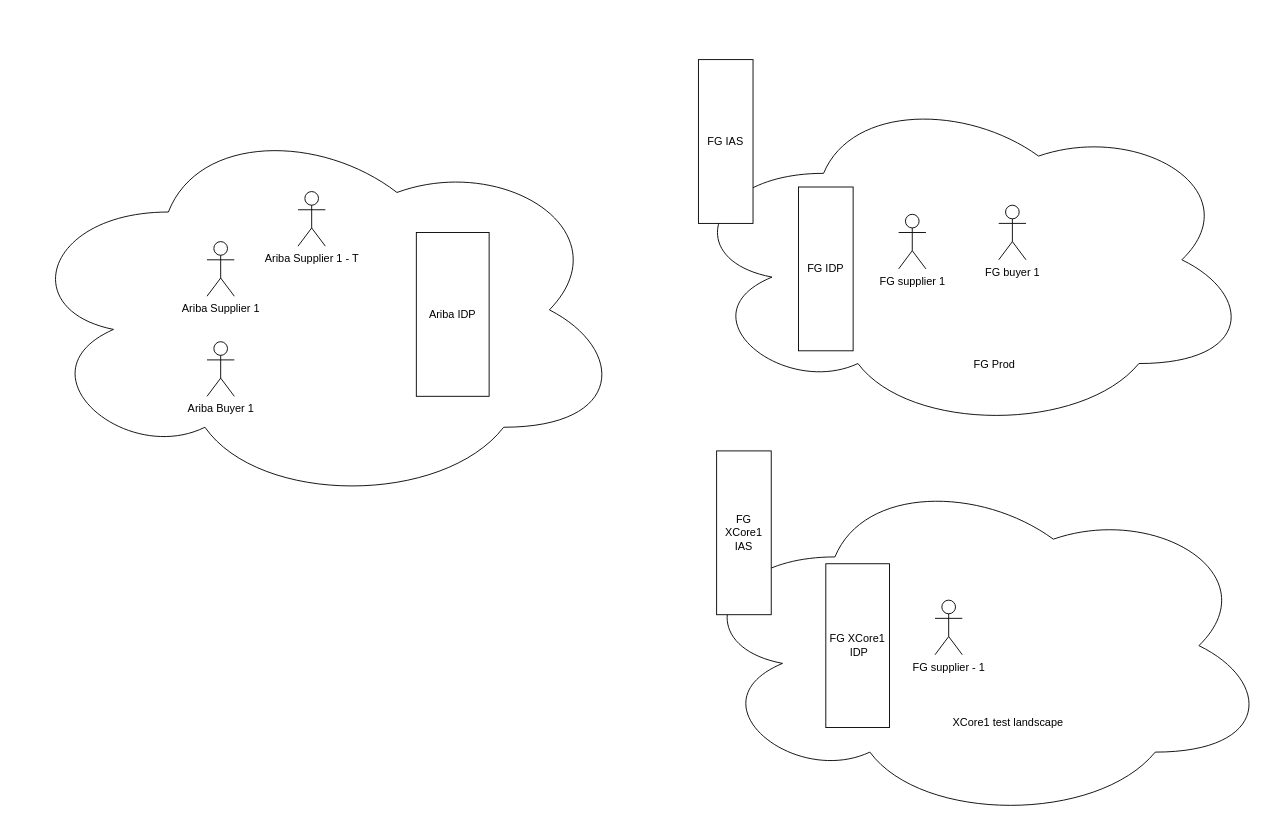
Before: page "Page-5" (5 of 5) of FG-Integration.drawio in huangshijie/Drawio, a draw.io diagram. Source tidied: cells renumbered, new cells numbered last; positions are measured from the earlier drawing's top-left corner, leaving out a move shared by most shapes. Both pictures are drawn from the tidied source at 91%, with x=0, y=0 at pixel (15, 59).
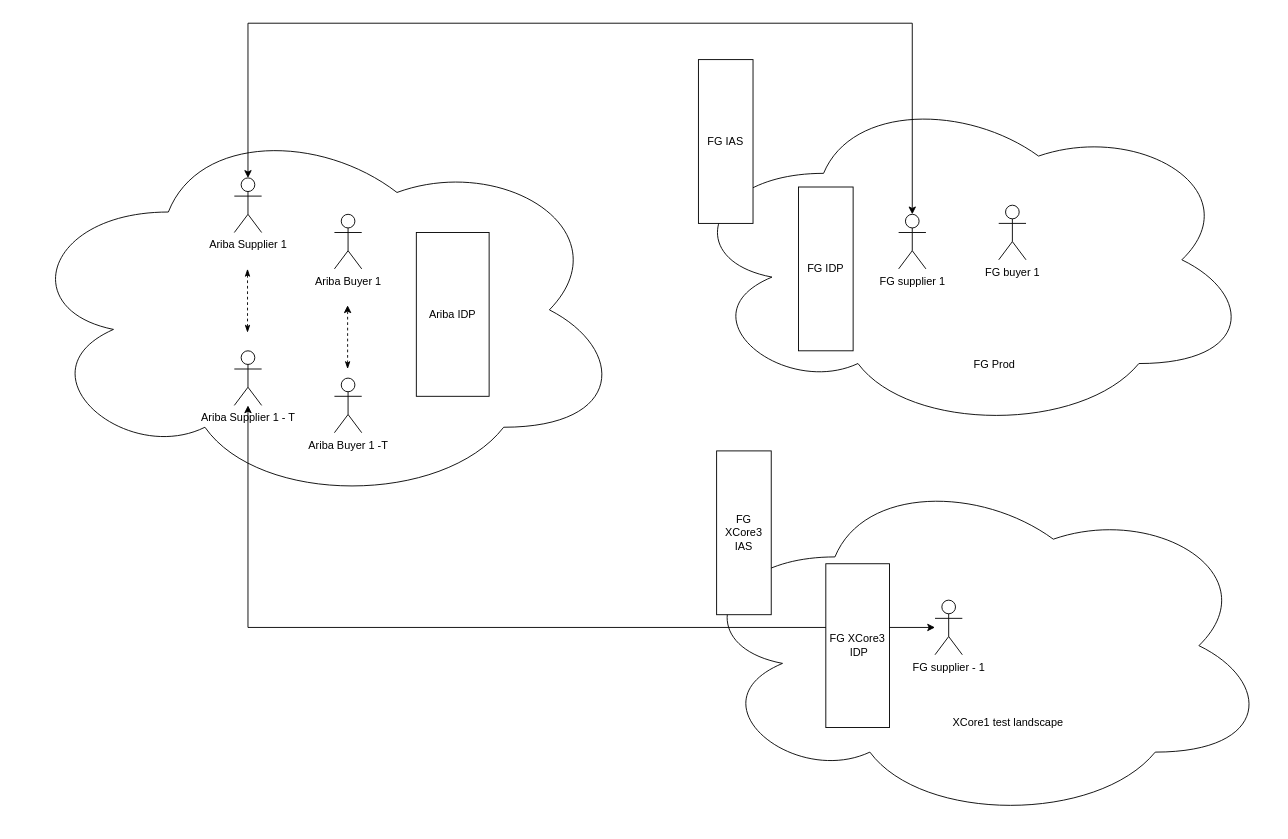
The same page after the edit.

The change refers to these unchanged cells:
```xml
<mxCell id="8" value="FG supplier 1" style="shape=umlActor;verticalLabelPosition=bottom;verticalAlign=top;html=1;outlineConnect=0;" parent="1" vertex="1">
  <mxGeometry x="970" y="170" width="30" height="60" as="geometry" />
</mxCell>
<mxCell id="9" value="FG supplier - 1" style="shape=umlActor;verticalLabelPosition=bottom;verticalAlign=top;html=1;outlineConnect=0;" parent="1" vertex="1">
  <mxGeometry x="1010" y="594" width="30" height="60" as="geometry" />
</mxCell>
```

Change to the diagram source:
```diff
@@
-    <mxCell id="11" value="&lt;div&gt;&lt;span style=&quot;text-wrap-mode: nowrap;&quot;&gt;FG XCore1&lt;br&gt;&lt;/span&gt;&amp;nbsp;IDP&lt;/div&gt;" style="rounded=0;whiteSpace=wrap;html=1;" parent="1" vertex="1">
-      <mxGeometry x="890" y="554" width="70" height="180" as="geometry" />
-    </mxCell>
     <mxCell id="12" value="Ariba Supplier 1" style="shape=umlActor;verticalLabelPosition=bottom;verticalAlign=top;html=1;outlineConnect=0;" parent="1" vertex="1">
-      <mxGeometry x="210" y="200" width="30" height="60" as="geometry" />
+      <mxGeometry x="240" y="130" width="30" height="60" as="geometry" />
     </mxCell>
+    <mxCell id="18" style="edgeStyle=orthogonalEdgeStyle;rounded=0;jettySize=auto;html=1;startArrow=classic;startFill=1;" parent="1" edge="1" source="13" target="9">
+      <mxGeometry relative="1" as="geometry">
+        <Array as="points">
+          <mxPoint x="255" y="624" />
+        </Array>
+      </mxGeometry>
+    </mxCell>
     <mxCell id="13" value="Ariba Supplier 1 - T" style="shape=umlActor;verticalLabelPosition=bottom;verticalAlign=top;html=1;outlineConnect=0;" parent="1" vertex="1">
-      <mxGeometry x="310" y="145" width="30" height="60" as="geometry" />
+      <mxGeometry x="240" y="320" width="30" height="60" as="geometry" />
     </mxCell>
     <mxCell id="14" value="Ariba Buyer 1" style="shape=umlActor;verticalLabelPosition=bottom;verticalAlign=top;html=1;" parent="1" vertex="1">
-      <mxGeometry x="210" y="310" width="30" height="60" as="geometry" />
+      <mxGeometry x="350" y="170" width="30" height="60" as="geometry" />
     </mxCell>
@@
-    <mxCell id="17" value="FG XCore1 IAS" style="rounded=0;whiteSpace=wrap;html=1;" parent="1" vertex="1">
+    <mxCell id="17" value="FG XCore3 IAS" style="rounded=0;whiteSpace=wrap;html=1;" parent="1" vertex="1">
       <mxGeometry x="770" y="430" width="60" height="180" as="geometry" />
     </mxCell>
+    <mxCell id="19" value="Ariba Buyer 1 -T" style="shape=umlActor;verticalLabelPosition=bottom;verticalAlign=top;html=1;" parent="1" vertex="1">
+      <mxGeometry x="350" y="350" width="30" height="60" as="geometry" />
+    </mxCell>
+    <mxCell id="20" style="endArrow=classicThin;dashed=1;html=1;rounded=0;startArrow=classicThin;startFill=1;endFill=1;" parent="1" edge="1">
+      <mxGeometry relative="1" as="geometry">
+        <mxPoint x="254.5" y="300" as="sourcePoint" />
+        <mxPoint x="254.5" y="230" as="targetPoint" />
+      </mxGeometry>
+    </mxCell>
+    <mxCell id="21" style="endArrow=classic;dashed=1;html=1;rounded=0;startArrow=classicThin;startFill=1;endFill=1;" parent="1" edge="1">
+      <mxGeometry relative="1" as="geometry">
+        <mxPoint x="364.5" y="340" as="sourcePoint" />
+        <mxPoint x="364.5" y="270" as="targetPoint" />
+      </mxGeometry>
+    </mxCell>
+    <mxCell id="11" value="&lt;div&gt;&lt;span style=&quot;text-wrap-mode: nowrap;&quot;&gt;FG XCore3&lt;br&gt;&lt;/span&gt;&amp;nbsp;IDP&lt;/div&gt;" style="rounded=0;whiteSpace=wrap;html=1;" parent="1" vertex="1">
+      <mxGeometry x="890" y="554" width="70" height="180" as="geometry" />
+    </mxCell>
+    <mxCell id="22" style="edgeStyle=orthogonalEdgeStyle;rounded=0;jettySize=auto;html=1;entryX=0.5;entryY=0;entryDx=0;entryDy=0;entryPerimeter=0;startArrow=classic;startFill=1;" parent="1" edge="1" source="12" target="8">
+      <mxGeometry relative="1" as="geometry">
+        <Array as="points">
+          <mxPoint x="255" y="-40" />
+          <mxPoint x="985" y="-40" />
+        </Array>
+      </mxGeometry>
+    </mxCell>
```
